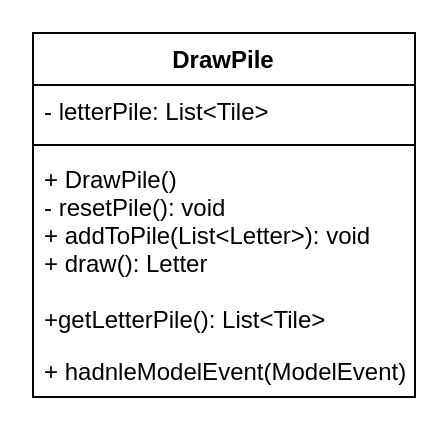
The draw.io diagram UML/ClassDiagrams/Model/DrawPile.drawio in trk20/Scuffle, before the edit. Source tidied: cells renumbered, new cells numbered last; positions are measured from the earlier drawing's top-left corner, leaving out a move shared by most shapes. Both pictures are drawn from the tidied source at 200%, with x=0, y=0 at pixel (32, 32).
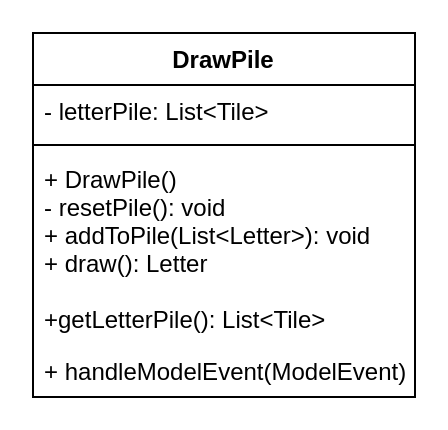
After the change.

Commit message (it also covers changes not shown here):
Model class diagrams

What changed in the source:
```diff
@@
 <mxGraphModel>
   <root>
     <mxCell id="0" />
     <mxCell id="1" parent="0" />
     <mxCell id="2" value="DrawPile" style="swimlane;fontStyle=1;align=center;verticalAlign=top;horizontal=1;startSize=26;" parent="1" vertex="1">
       <mxGeometry width="191" height="182" as="geometry" />
     </mxCell>
     <mxCell id="3" value="- letterPile: List&lt;Tile&gt;" style="text;strokeColor=none;fillColor=none;align=left;verticalAlign=top;spacingLeft=4;spacingRight=4;overflow=hidden;points=[[0,0.5],[1,0.5]];portConstraint=eastwest;" parent="2" vertex="1">
       <mxGeometry y="26" width="191" height="26" as="geometry" />
     </mxCell>
     <mxCell id="4" style="line;strokeWidth=1;fillColor=none;align=left;verticalAlign=middle;spacingTop=-1;spacingLeft=3;spacingRight=3;labelPosition=right;strokeColor=inherit;" parent="2" vertex="1">
       <mxGeometry y="52" width="191" height="8" as="geometry" />
     </mxCell>
     <mxCell id="5" value="+ DrawPile()&#10;- resetPile(): void&#10;+ addToPile(List&lt;Letter&gt;): void&#10;+ draw(): Letter" style="text;strokeColor=none;fillColor=none;align=left;verticalAlign=top;spacingLeft=4;spacingRight=4;overflow=hidden;" parent="2" vertex="1">
       <mxGeometry y="60" width="191" height="70" as="geometry" />
     </mxCell>
     <mxCell id="6" style="edgeStyle=orthogonalEdgeStyle;rounded=0;orthogonalLoop=1;jettySize=auto;html=1;exitX=1;exitY=0.5;exitDx=0;exitDy=0;" parent="2" edge="1" source="3" target="3">
       <mxGeometry relative="1" as="geometry" />
     </mxCell>
     <mxCell id="7" value="+getLetterPile(): List&lt;Tile&gt;" style="text;strokeColor=none;fillColor=none;align=left;verticalAlign=top;spacingLeft=4;spacingRight=4;overflow=hidden;" parent="2" vertex="1">
       <mxGeometry y="130" width="191" height="26" as="geometry" />
     </mxCell>
-    <mxCell id="8" value="+ hadnleModelEvent(ModelEvent)" style="text;strokeColor=none;fillColor=none;align=left;verticalAlign=top;spacingLeft=4;spacingRight=4;overflow=hidden;" parent="2" vertex="1">
+    <mxCell id="8" value="+ handleModelEvent(ModelEvent)" style="text;strokeColor=none;fillColor=none;align=left;verticalAlign=top;spacingLeft=4;spacingRight=4;overflow=hidden;" parent="2" vertex="1">
       <mxGeometry y="156" width="191" height="26" as="geometry" />
     </mxCell>
   </root>
 </mxGraphModel>
```
